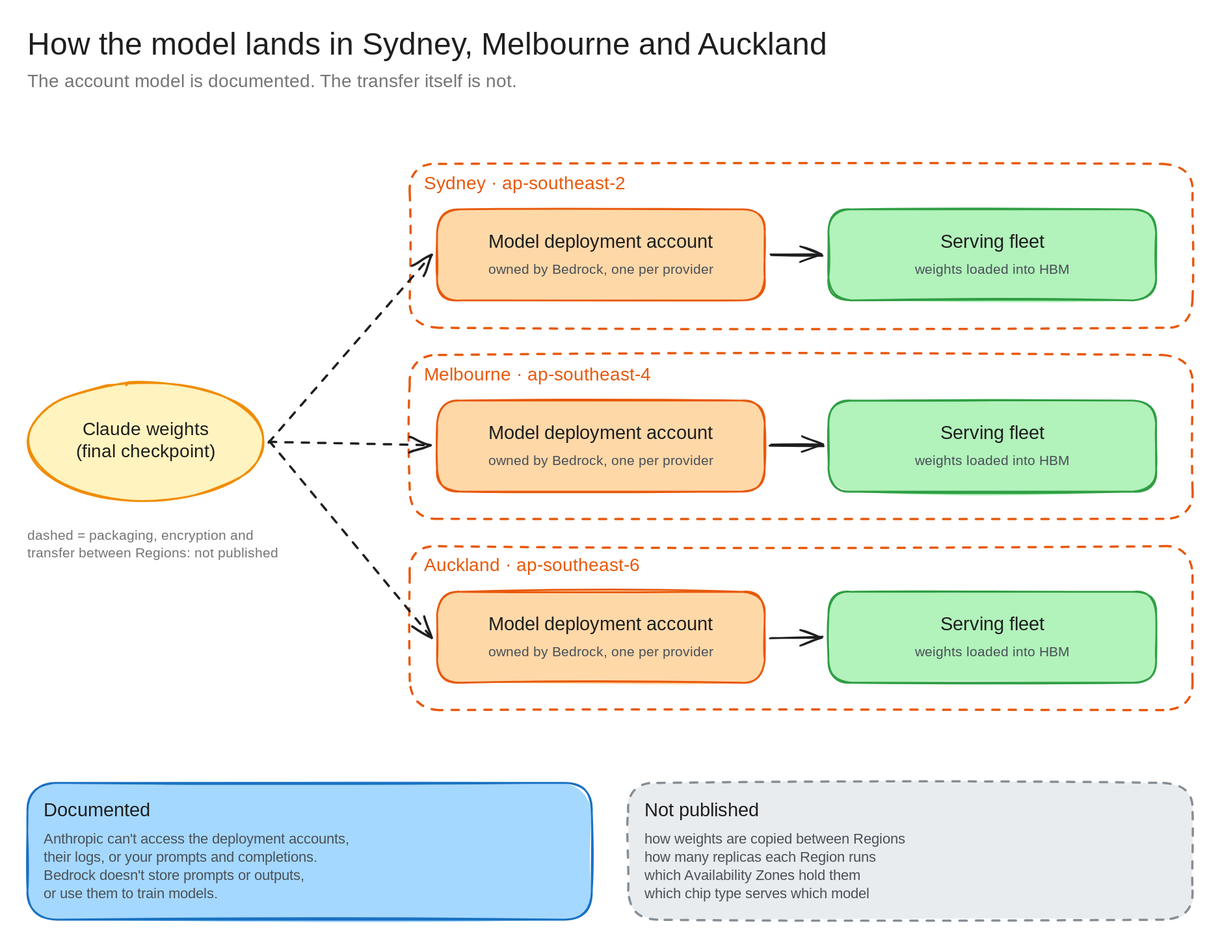
Earlier version of the Excalidraw export architecture-diagrams/claude-anz-infra-excalidraw/diagrams/c2-weights-to-region.excalidraw.svg (bsnehanshu/slides). Source tidied: one line per element, renumbered; positions are measured from the earlier drawing's top-left corner, leaving out a move shared by most shapes.
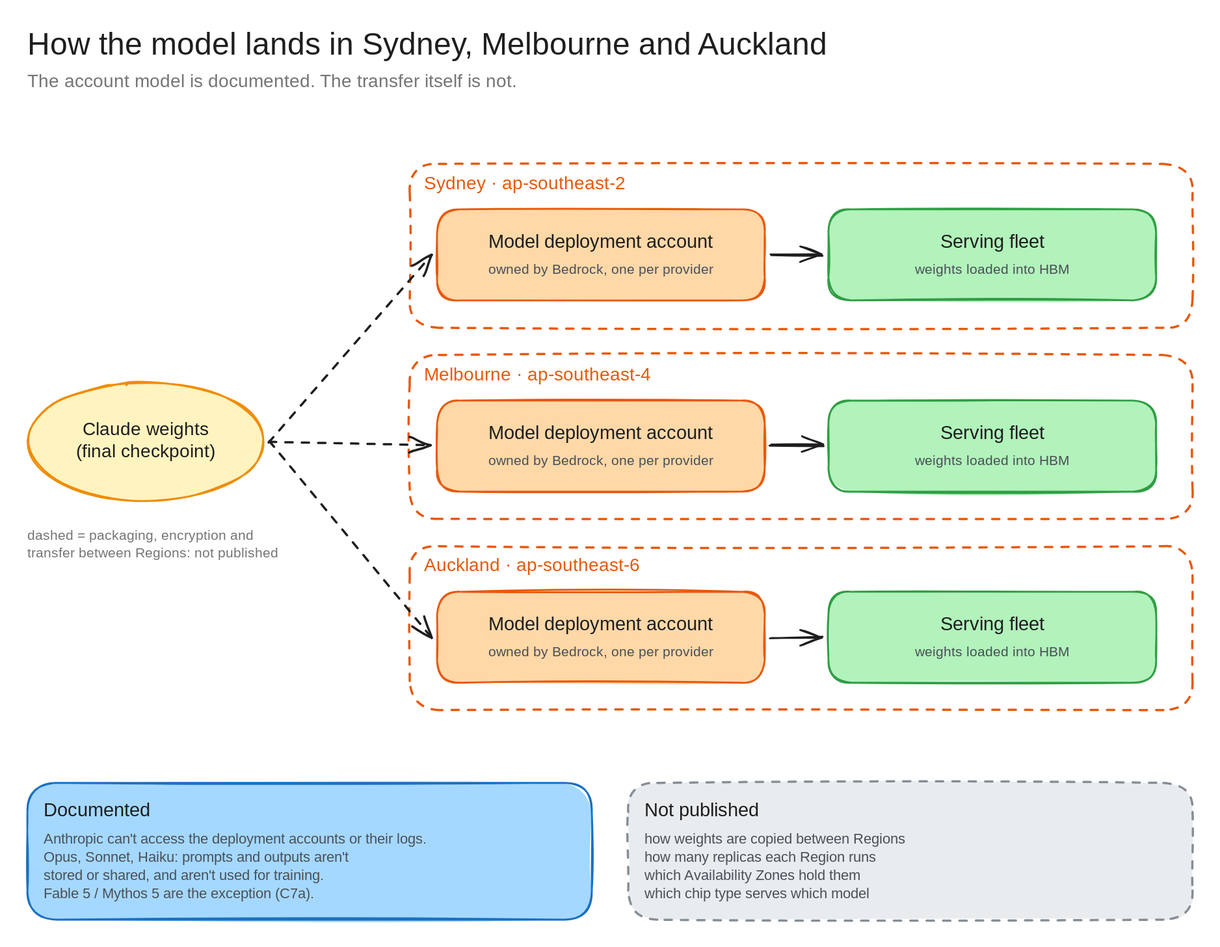
After the commit.

Diff of the diagram source:
```diff
@@ -35,7 +35,7 @@
 {"id": 34, "type": "text", "text": "dashed = packaging, encryption and\ntransfer between Regions: not published", "strokeColor": "#757575", "strokeWidth": 2, "roughness": 1, "fontSize": 15, "fontFamily": 5, "x": 0, "y": 550, "width": 296, "height": 38}
 {"id": 35, "type": "rectangle", "strokeColor": "#1971c2", "backgroundColor": "#a5d8ff", "fillStyle": "solid", "strokeWidth": 2, "roughness": 1, "round": true, "x": 0, "y": 830, "width": 620, "height": 150}
 {"id": 36, "type": "text", "text": "Documented", "strokeColor": "#1e1e1e", "strokeWidth": 2, "roughness": 1, "fontSize": 21, "fontFamily": 5, "x": 18, "y": 848, "width": 125, "height": 26}
-{"id": 37, "type": "text", "text": "Anthropic can't access the deployment accounts,\ntheir logs, or your prompts and completions.\nBedrock doesn't store prompts or outputs,\nor use them to train models.", "strokeColor": "#495057", "strokeWidth": 2, "roughness": 1, "fontSize": 16, "fontFamily": 5, "x": 18, "y": 882, "width": 383, "height": 80}
+{"id": 37, "type": "text", "text": "Anthropic can't access the deployment accounts or their logs.\nOpus, Sonnet, Haiku: prompts and outputs aren't\nstored or shared, and aren't used for training.\nFable 5 / Mythos 5 are the exception (C7a).", "strokeColor": "#495057", "strokeWidth": 2, "roughness": 1, "fontSize": 16, "fontFamily": 5, "x": 18, "y": 882, "width": 486, "height": 80}
 {"id": 38, "type": "rectangle", "strokeColor": "#868e96", "backgroundColor": "#e9ecef", "fillStyle": "solid", "strokeWidth": 2, "strokeStyle": "dashed", "roughness": 1, "round": true, "x": 660, "y": 830, "width": 620, "height": 150}
 {"id": 39, "type": "text", "text": "Not published", "strokeColor": "#1e1e1e", "strokeWidth": 2, "roughness": 1, "fontSize": 21, "fontFamily": 5, "x": 678, "y": 848, "width": 140, "height": 26}
 {"id": 40, "type": "text", "text": "how weights are copied between Regions\nhow many replicas each Region runs\nwhich Availability Zones hold them\nwhich chip type serves which model", "strokeColor": "#495057", "strokeWidth": 2, "roughness": 1, "fontSize": 16, "fontFamily": 5, "x": 678, "y": 882, "width": 319, "height": 80}
```
